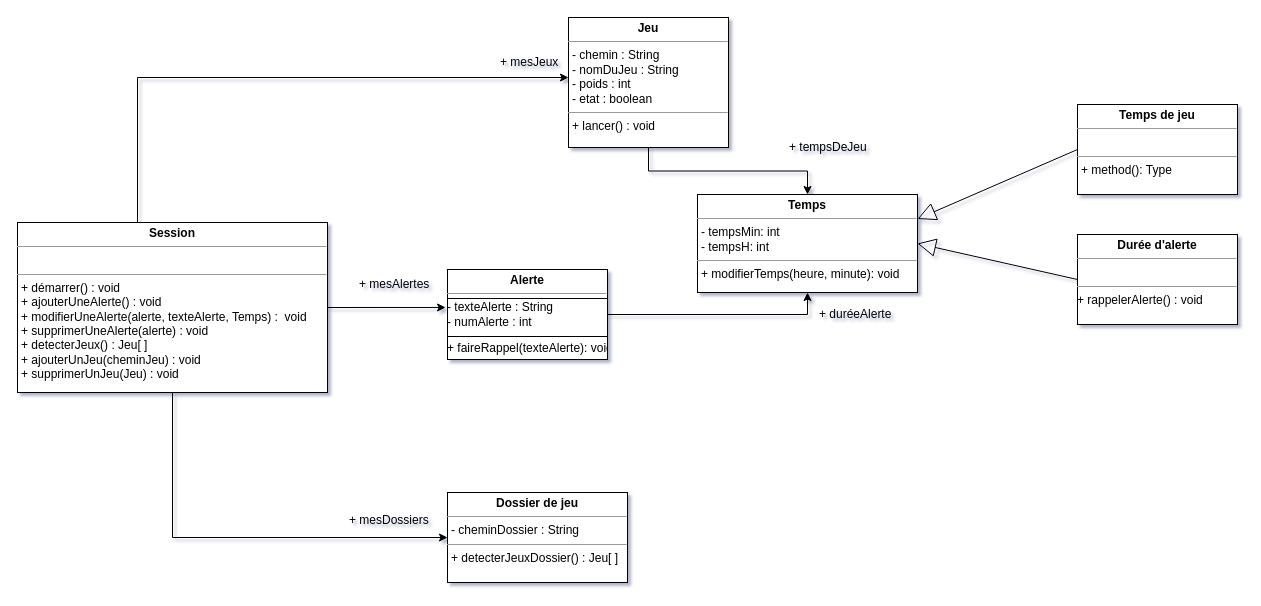
Above: Projet VAPEUR.drawio in PorcTooGay/PROJET-VAPEUR- (draw.io), before the change. Source tidied: cells renumbered, new cells numbered last; positions are measured from the earlier drawing's top-left corner, leaving out a move shared by most shapes. Both pictures are drawn from the tidied source at 100%, with x=0, y=0 at pixel (17, 17).
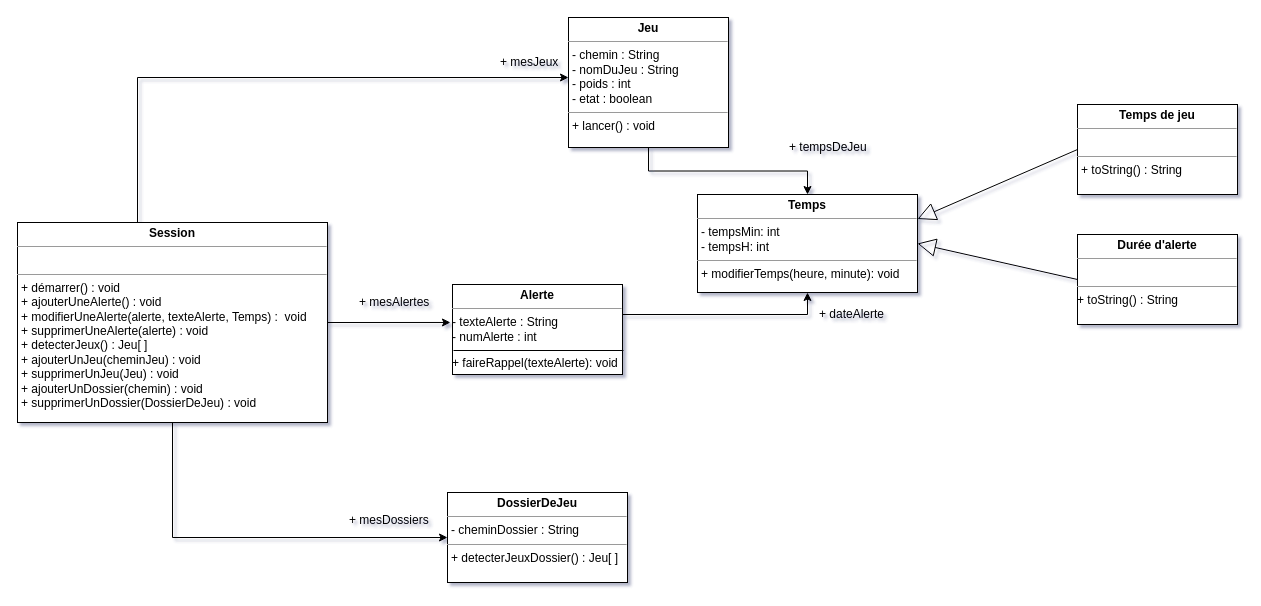
After the change.

Change to the diagram source:
```diff
@@
     <mxCell id="7" value="&lt;p style=&quot;margin: 0px ; margin-top: 4px ; text-align: center&quot;&gt;&lt;b&gt;Alerte&lt;br&gt;&lt;/b&gt;&lt;/p&gt;&lt;hr size=&quot;1&quot;&gt;&lt;div&gt;- texteAlerte : String&lt;/div&gt;&lt;div&gt;- numAlerte : int&lt;br&gt;&lt;/div&gt;&lt;p&gt;+ faireRappel(texteAlerte): void&lt;/p&gt;" style="verticalAlign=top;align=left;overflow=fill;fontSize=12;fontFamily=Helvetica;html=1;" parent="1" vertex="1">
-      <mxGeometry x="430" y="252" width="160" height="90" as="geometry" />
+      <mxGeometry x="435" y="267" width="170" height="90" as="geometry" />
     </mxCell>
-    <mxCell id="8" value="+ duréeAlerte" style="text;html=1;align=left;verticalAlign=top;spacingTop=-4;" parent="1" vertex="1">
-      <mxGeometry x="800" y="287" width="90" height="20" as="geometry" />
+    <mxCell id="8" value="+ dateAlerte" style="text;html=1;align=left;verticalAlign=top;spacingTop=-4;" parent="1" vertex="1">
+      <mxGeometry x="800" y="287" width="80" height="20" as="geometry" />
     </mxCell>
@@
-    <mxCell id="12" value="&lt;p style=&quot;margin: 0px ; margin-top: 4px ; text-align: center&quot;&gt;&lt;b&gt;Session&lt;/b&gt;&lt;/p&gt;&lt;hr size=&quot;1&quot;&gt;&lt;p style=&quot;margin: 0px ; margin-left: 4px&quot;&gt;&lt;br&gt;&lt;/p&gt;&lt;hr size=&quot;1&quot;&gt;&lt;p style=&quot;margin: 0px ; margin-left: 4px&quot;&gt;+ démarrer() : void&lt;/p&gt;&lt;p style=&quot;margin: 0px ; margin-left: 4px&quot;&gt;+ ajouterUneAlerte() : void&lt;/p&gt;&lt;p style=&quot;margin: 0px ; margin-left: 4px&quot;&gt;+ modifierUneAlerte(alerte, texteAlerte, Temps) :&amp;nbsp; void&lt;br&gt;&lt;/p&gt;&lt;p style=&quot;margin: 0px ; margin-left: 4px&quot;&gt;+ supprimerUneAlerte(alerte) : void&lt;br&gt;&lt;/p&gt;&lt;p style=&quot;margin: 0px ; margin-left: 4px&quot;&gt;+ detecterJeux() : Jeu[ ]&lt;br&gt;&lt;/p&gt;&lt;p style=&quot;margin: 0px ; margin-left: 4px&quot;&gt;+ ajouterUnJeu(cheminJeu) : void&lt;/p&gt;&lt;p style=&quot;margin: 0px ; margin-left: 4px&quot;&gt;+ supprimerUnJeu(Jeu) : void&lt;br&gt;&lt;/p&gt;&lt;p style=&quot;margin: 0px ; margin-left: 4px&quot;&gt;&lt;br&gt;&lt;/p&gt;&lt;p style=&quot;margin: 0px ; margin-left: 4px&quot;&gt;&lt;br&gt;&lt;/p&gt;" style="verticalAlign=top;align=left;overflow=fill;fontSize=12;fontFamily=Helvetica;html=1;" parent="1" vertex="1">
-      <mxGeometry y="205" width="310" height="170" as="geometry" />
+    <mxCell id="12" value="&lt;p style=&quot;margin: 0px ; margin-top: 4px ; text-align: center&quot;&gt;&lt;b&gt;Session&lt;/b&gt;&lt;/p&gt;&lt;hr size=&quot;1&quot;&gt;&lt;p style=&quot;margin: 0px ; margin-left: 4px&quot;&gt;&lt;br&gt;&lt;/p&gt;&lt;hr size=&quot;1&quot;&gt;&lt;p style=&quot;margin: 0px ; margin-left: 4px&quot;&gt;+ démarrer() : void&lt;/p&gt;&lt;p style=&quot;margin: 0px ; margin-left: 4px&quot;&gt;+ ajouterUneAlerte() : void&lt;/p&gt;&lt;p style=&quot;margin: 0px ; margin-left: 4px&quot;&gt;+ modifierUneAlerte(alerte, texteAlerte, Temps) :&amp;nbsp; void&lt;br&gt;&lt;/p&gt;&lt;p style=&quot;margin: 0px ; margin-left: 4px&quot;&gt;+ supprimerUneAlerte(alerte) : void&lt;br&gt;&lt;/p&gt;&lt;p style=&quot;margin: 0px ; margin-left: 4px&quot;&gt;+ detecterJeux() : Jeu[ ]&lt;br&gt;&lt;/p&gt;&lt;p style=&quot;margin: 0px ; margin-left: 4px&quot;&gt;+ ajouterUnJeu(cheminJeu) : void&lt;/p&gt;&lt;p style=&quot;margin: 0px ; margin-left: 4px&quot;&gt;+ supprimerUnJeu(Jeu) : void&lt;/p&gt;&lt;p style=&quot;margin: 0px ; margin-left: 4px&quot;&gt;+ ajouterUnDossier(chemin) : void&lt;/p&gt;&lt;p style=&quot;margin: 0px ; margin-left: 4px&quot;&gt;+ supprimerUnDossier(DossierDeJeu) : void&lt;br&gt;&lt;/p&gt;&lt;p style=&quot;margin: 0px ; margin-left: 4px&quot;&gt;&lt;br&gt;&lt;/p&gt;&lt;p style=&quot;margin: 0px ; margin-left: 4px&quot;&gt;&lt;br&gt;&lt;/p&gt;" style="verticalAlign=top;align=left;overflow=fill;fontSize=12;fontFamily=Helvetica;html=1;" parent="1" vertex="1">
+      <mxGeometry y="205" width="310" height="200" as="geometry" />
     </mxCell>
     <mxCell id="13" value="+ mesAlertes" style="text;html=1;align=left;verticalAlign=top;spacingTop=-4;" parent="1" vertex="1">
-      <mxGeometry x="340" y="257" width="90" height="20" as="geometry" />
+      <mxGeometry x="340" y="275" width="90" height="20" as="geometry" />
     </mxCell>
@@
-    <mxCell id="15" value="&lt;p style=&quot;margin: 0px ; margin-top: 4px ; text-align: center&quot;&gt;&lt;b&gt;Durée d'alerte&lt;br&gt;&lt;/b&gt;&lt;/p&gt;&lt;hr size=&quot;1&quot;&gt;&lt;br&gt;&lt;hr size=&quot;1&quot;&gt;+ rappelerAlerte() : void" style="verticalAlign=top;align=left;overflow=fill;fontSize=12;fontFamily=Helvetica;html=1;" parent="1" vertex="1">
+    <mxCell id="15" value="&lt;p style=&quot;margin: 0px ; margin-top: 4px ; text-align: center&quot;&gt;&lt;b&gt;Durée d'alerte&lt;br&gt;&lt;/b&gt;&lt;/p&gt;&lt;hr size=&quot;1&quot;&gt;&lt;br&gt;&lt;hr size=&quot;1&quot;&gt;+ toString() : String" style="verticalAlign=top;align=left;overflow=fill;fontSize=12;fontFamily=Helvetica;html=1;" parent="1" vertex="1">
       <mxGeometry x="1060" y="217" width="160" height="90" as="geometry" />
     </mxCell>
-    <mxCell id="16" value="&lt;p style=&quot;margin: 0px ; margin-top: 4px ; text-align: center&quot;&gt;&lt;b&gt;Temps de jeu&lt;br&gt;&lt;/b&gt;&lt;/p&gt;&lt;hr size=&quot;1&quot;&gt;&lt;p style=&quot;margin: 0px ; margin-left: 4px&quot;&gt;&lt;br&gt;&lt;/p&gt;&lt;hr size=&quot;1&quot;&gt;&lt;p style=&quot;margin: 0px ; margin-left: 4px&quot;&gt;+ method(): Type&lt;/p&gt;" style="verticalAlign=top;align=left;overflow=fill;fontSize=12;fontFamily=Helvetica;html=1;" parent="1" vertex="1">
+    <mxCell id="16" value="&lt;p style=&quot;margin: 0px ; margin-top: 4px ; text-align: center&quot;&gt;&lt;b&gt;Temps de jeu&lt;br&gt;&lt;/b&gt;&lt;/p&gt;&lt;hr size=&quot;1&quot;&gt;&lt;p style=&quot;margin: 0px ; margin-left: 4px&quot;&gt;&lt;br&gt;&lt;/p&gt;&lt;hr size=&quot;1&quot;&gt;&lt;p style=&quot;margin: 0px ; margin-left: 4px&quot;&gt;+ toString() : String&lt;/p&gt;" style="verticalAlign=top;align=left;overflow=fill;fontSize=12;fontFamily=Helvetica;html=1;" parent="1" vertex="1">
       <mxGeometry x="1060" y="87" width="160" height="90" as="geometry" />
     </mxCell>
@@
     <mxCell id="19" style="line;strokeWidth=1;fillColor=none;align=left;verticalAlign=middle;spacingTop=-1;spacingLeft=3;spacingRight=3;labelPosition=right;" parent="1" vertex="1">
-      <mxGeometry x="430" y="277" width="160" height="8" as="geometry" />
+      <mxGeometry x="436" y="329" width="170" height="8" as="geometry" />
     </mxCell>
-    <mxCell id="20" value="&lt;p style=&quot;margin: 0px ; margin-top: 4px ; text-align: center&quot;&gt;&lt;b&gt;Dossier de jeu&lt;br&gt;&lt;/b&gt;&lt;/p&gt;&lt;hr size=&quot;1&quot;&gt;&lt;p style=&quot;margin: 0px ; margin-left: 4px&quot;&gt;- cheminDossier : String&lt;br&gt;&lt;/p&gt;&lt;hr size=&quot;1&quot;&gt;&lt;p style=&quot;margin: 0px ; margin-left: 4px&quot;&gt;+ detecterJeuxDossier() : Jeu[ ]&lt;br&gt;&lt;/p&gt;" style="verticalAlign=top;align=left;overflow=fill;fontSize=12;fontFamily=Helvetica;html=1;" parent="1" vertex="1">
+    <mxCell id="20" value="&lt;p style=&quot;margin: 0px ; margin-top: 4px ; text-align: center&quot;&gt;&lt;b&gt;DossierDeJeu&lt;br&gt;&lt;/b&gt;&lt;/p&gt;&lt;hr size=&quot;1&quot;&gt;&lt;p style=&quot;margin: 0px ; margin-left: 4px&quot;&gt;- cheminDossier : String&lt;br&gt;&lt;/p&gt;&lt;hr size=&quot;1&quot;&gt;&lt;p style=&quot;margin: 0px ; margin-left: 4px&quot;&gt;+ detecterJeuxDossier() : Jeu[ ]&lt;br&gt;&lt;/p&gt;" style="verticalAlign=top;align=left;overflow=fill;fontSize=12;fontFamily=Helvetica;html=1;" parent="1" vertex="1">
       <mxGeometry x="430" y="475" width="180" height="90" as="geometry" />
     </mxCell>
@@
-    <mxCell id="22" style="line;strokeWidth=1;fillColor=none;align=left;verticalAlign=middle;spacingTop=-1;spacingLeft=3;spacingRight=3;labelPosition=right;" parent="1" vertex="1">
-      <mxGeometry x="430" y="315" width="160" height="8" as="geometry" />
-    </mxCell>
```
